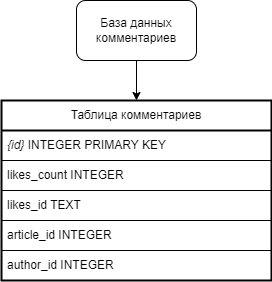
The draw.io diagram server/doc/source/images/comments.drawio.png in abnormalize0/DailyTeleFrog, before a commit. Source tidied: cells renumbered, new cells last; positions are measured from the earlier drawing's top-left corner, leaving out a move shared by most shapes. The source it was exported from:
```xml
<mxGraphModel>
  <root>
    <mxCell id="0" />
    <mxCell id="1" parent="0" />
    <mxCell id="2" style="edgeStyle=orthogonalEdgeStyle;rounded=0;jettySize=auto;html=1;exitX=0.5;exitY=1;exitDx=0;exitDy=0;entryX=0.5;entryY=0;entryDx=0;entryDy=0;" parent="1" edge="1" source="3" target="4">
      <mxGeometry relative="1" as="geometry" />
    </mxCell>
    <mxCell id="3" value="База данных комментариев" style="rounded=1;whiteSpace=wrap;html=1;" parent="1" vertex="1">
      <mxGeometry x="75" width="120" height="60" as="geometry" />
    </mxCell>
    <mxCell id="4" value="Таблица комментариев" style="swimlane;fontStyle=0;horizontal=1;startSize=30;whiteSpace=wrap;html=1;swimlaneLine=1;glass=0;strokeWidth=2;" parent="1" vertex="1">
      <mxGeometry y="100" width="270" height="180" as="geometry" />
    </mxCell>
    <mxCell id="5" value="&lt;i&gt;{id}&lt;/i&gt; INTEGER PRIMARY KEY" style="text;strokeColor=default;fillColor=none;align=left;verticalAlign=middle;spacingLeft=4;spacingRight=4;overflow=hidden;whiteSpace=wrap;html=1;labelBorderColor=none;" parent="4" vertex="1">
      <mxGeometry y="30" width="270" height="30" as="geometry" />
    </mxCell>
    <mxCell id="6" value="likes_count INTEGER" style="text;strokeColor=default;fillColor=none;align=left;verticalAlign=middle;spacingLeft=4;spacingRight=4;overflow=hidden;whiteSpace=wrap;html=1;" parent="4" vertex="1">
      <mxGeometry y="60" width="270" height="30" as="geometry" />
    </mxCell>
    <mxCell id="7" value="likes_id TEXT" style="text;strokeColor=default;fillColor=none;align=left;verticalAlign=middle;spacingLeft=4;spacingRight=4;overflow=hidden;whiteSpace=wrap;html=1;" parent="4" vertex="1">
      <mxGeometry y="90" width="270" height="30" as="geometry" />
    </mxCell>
    <mxCell id="8" value="article_id INTEGER" style="text;strokeColor=default;fillColor=none;align=left;verticalAlign=middle;spacingLeft=4;spacingRight=4;overflow=hidden;whiteSpace=wrap;html=1;" parent="4" vertex="1">
      <mxGeometry y="120" width="270" height="30" as="geometry" />
    </mxCell>
    <mxCell id="9" value="author_id INTEGER" style="text;strokeColor=default;fillColor=none;align=left;verticalAlign=middle;spacingLeft=4;spacingRight=4;overflow=hidden;whiteSpace=wrap;html=1;" parent="4" vertex="1">
      <mxGeometry y="150" width="270" height="30" as="geometry" />
    </mxCell>
  </root>
</mxGraphModel>
```
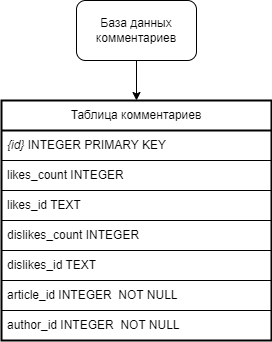
After the change.

The edit, as a diff of the source:
```diff
@@ -9,7 +9,7 @@
       <mxGeometry x="75" width="120" height="60" as="geometry" />
     </mxCell>
     <mxCell id="4" value="Таблица комментариев" style="swimlane;fontStyle=0;horizontal=1;startSize=30;whiteSpace=wrap;html=1;swimlaneLine=1;glass=0;strokeWidth=2;" parent="1" vertex="1">
-      <mxGeometry y="100" width="270" height="180" as="geometry" />
+      <mxGeometry y="100" width="270" height="240" as="geometry" />
     </mxCell>
     <mxCell id="5" value="&lt;i&gt;{id}&lt;/i&gt; INTEGER PRIMARY KEY" style="text;strokeColor=default;fillColor=none;align=left;verticalAlign=middle;spacingLeft=4;spacingRight=4;overflow=hidden;whiteSpace=wrap;html=1;labelBorderColor=none;" parent="4" vertex="1">
       <mxGeometry y="30" width="270" height="30" as="geometry" />
@@ -20,11 +20,17 @@
     <mxCell id="7" value="likes_id TEXT" style="text;strokeColor=default;fillColor=none;align=left;verticalAlign=middle;spacingLeft=4;spacingRight=4;overflow=hidden;whiteSpace=wrap;html=1;" parent="4" vertex="1">
       <mxGeometry y="90" width="270" height="30" as="geometry" />
     </mxCell>
+    <mxCell id="10" value="dislikes_count INTEGER" style="text;strokeColor=default;fillColor=none;align=left;verticalAlign=middle;spacingLeft=4;spacingRight=4;overflow=hidden;whiteSpace=wrap;html=1;" parent="4" vertex="1">
+      <mxGeometry y="120" width="270" height="30" as="geometry" />
+    </mxCell>
+    <mxCell id="11" value="dislikes_id TEXT" style="text;strokeColor=default;fillColor=none;align=left;verticalAlign=middle;spacingLeft=4;spacingRight=4;overflow=hidden;whiteSpace=wrap;html=1;" parent="4" vertex="1">
+      <mxGeometry y="150" width="270" height="30" as="geometry" />
+    </mxCell>
-    <mxCell id="8" value="article_id INTEGER" style="text;strokeColor=default;fillColor=none;align=left;verticalAlign=middle;spacingLeft=4;spacingRight=4;overflow=hidden;whiteSpace=wrap;html=1;" parent="4" vertex="1">
-      <mxGeometry y="120" width="270" height="30" as="geometry" />
+    <mxCell id="8" value="article_id INTEGER&amp;nbsp;&amp;nbsp;NOT NULL" style="text;strokeColor=default;fillColor=none;align=left;verticalAlign=middle;spacingLeft=4;spacingRight=4;overflow=hidden;whiteSpace=wrap;html=1;" parent="4" vertex="1">
+      <mxGeometry y="180" width="270" height="30" as="geometry" />
     </mxCell>
-    <mxCell id="9" value="author_id INTEGER" style="text;strokeColor=default;fillColor=none;align=left;verticalAlign=middle;spacingLeft=4;spacingRight=4;overflow=hidden;whiteSpace=wrap;html=1;" parent="4" vertex="1">
-      <mxGeometry y="150" width="270" height="30" as="geometry" />
+    <mxCell id="9" value="author_id INTEGER&amp;nbsp;&amp;nbsp;NOT NULL" style="text;strokeColor=default;fillColor=none;align=left;verticalAlign=middle;spacingLeft=4;spacingRight=4;overflow=hidden;whiteSpace=wrap;html=1;" parent="4" vertex="1">
+      <mxGeometry y="210" width="270" height="30" as="geometry" />
     </mxCell>
   </root>
 </mxGraphModel>
```
